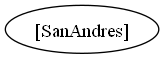
This is arbolB.png from RudyReyes28/TravelMapGT, a Graphviz export, as it was before one commit. Its source is kept beside it as arbolB.dot. The source it was exported from:
```dot
digraph G {
"[SanAndres]" [label="[SanAndres]"];
}
```
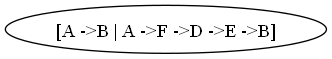
The same diagram one commit later.

Change to the diagram source:
```diff
@@ -1,3 +1,3 @@
 digraph G {
-"[SanAndres]" [label="[SanAndres]"];
+"[A ->B | A ->F ->D ->E ->B]" [label="[A ->B | A ->F ->D ->E ->B]"];
 }
```
